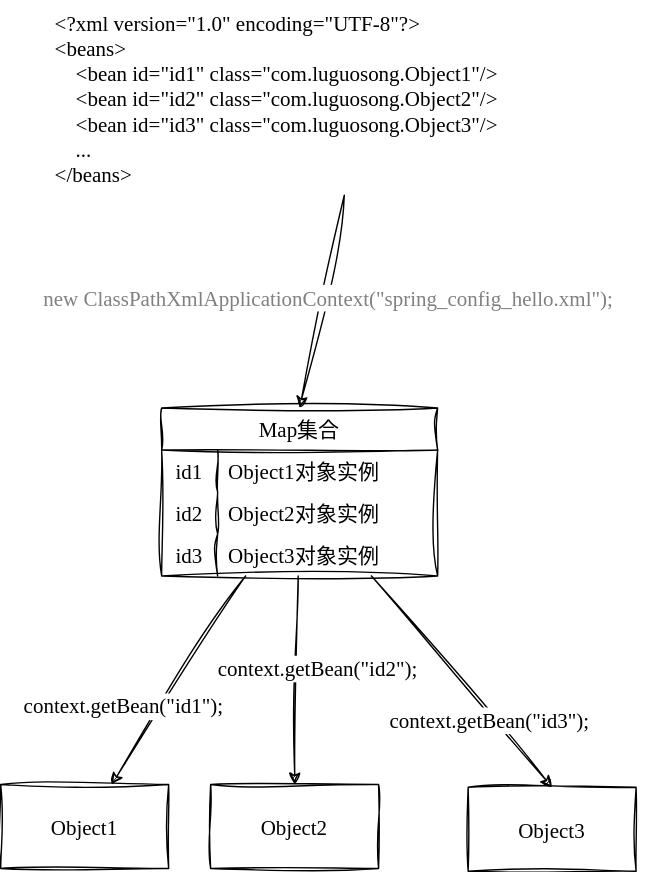
The draw.io diagram diagrams/java_serve/spring/basic/Spring IOC原理.svg in luguosong/images, before a commit. Source tidied: cells renumbered, new cells last; positions are measured from the earlier drawing's top-left corner, leaving out a move shared by most shapes. The source it was exported from:
```xml
<mxGraphModel>
  <root>
    <mxCell id="0" />
    <mxCell id="1" parent="0" />
    <mxCell id="2" style="edgeStyle=none;rounded=0;sketch=1;hachureGap=4;jiggle=2;curveFitting=1;jettySize=auto;exitX=0.5;exitY=1;exitDx=0;exitDy=0;entryX=0.5;entryY=0;entryDx=0;entryDy=0;fontFamily=LXGW WenKai;fontSize=15;" parent="1" edge="1" source="4" target="7">
      <mxGeometry relative="1" as="geometry" />
    </mxCell>
    <mxCell id="3" value="new ClassPathXmlApplicationContext(&quot;spring_config_hello.xml&quot;);" style="edgeLabel;align=center;verticalAlign=middle;sketch=1;hachureGap=4;jiggle=2;curveFitting=1;fontFamily=LXGW WenKai;fontColor=#808080;fontSize=15;" parent="2" vertex="1">
      <mxGeometry x="-0.09" relative="1" as="geometry">
        <mxPoint x="3" y="3" as="offset" />
      </mxGeometry>
    </mxCell>
    <mxCell id="4" value="&lt;?xml version=&quot;1.0&quot; encoding=&quot;UTF-8&quot;?&gt;&#10;&lt;beans&gt;&#10;    &lt;bean id=&quot;id1&quot; class=&quot;com.luguosong.Object1&quot;/&gt;&#10;&#9;    &lt;bean id=&quot;id2&quot; class=&quot;com.luguosong.Object2&quot;/&gt;&#10;&#9;    &lt;bean id=&quot;id3&quot; class=&quot;com.luguosong.Object3&quot;/&gt;&#10;&#9;    ...&#10;&lt;/beans&gt;" style="text;align=left;verticalAlign=middle;rounded=0;fontFamily=LXGW WenKai;fontSize=15;" parent="1" vertex="1">
      <mxGeometry x="37" width="417" height="139" as="geometry" />
    </mxCell>
    <mxCell id="5" style="edgeStyle=none;rounded=0;sketch=1;hachureGap=4;jiggle=2;curveFitting=1;jettySize=auto;fontFamily=LXGW WenKai;fontSize=15;" parent="1" edge="1" source="7" target="17">
      <mxGeometry relative="1" as="geometry" />
    </mxCell>
    <mxCell id="6" value="context.getBean(&quot;id1&quot;);" style="edgeLabel;align=center;verticalAlign=middle;sketch=1;hachureGap=4;jiggle=2;curveFitting=1;fontFamily=LXGW WenKai;fontSize=15;" parent="5" vertex="1">
      <mxGeometry x="-0.08" y="-6" relative="1" as="geometry">
        <mxPoint x="-38" y="26" as="offset" />
      </mxGeometry>
    </mxCell>
    <mxCell id="7" value="Map集合" style="shape=table;startSize=30;rowLines=0;fontStyle=0;strokeColor=default;fontSize=15;sketch=1;hachureGap=4;jiggle=2;curveFitting=1;fontFamily=LXGW WenKai;" parent="1" vertex="1">
      <mxGeometry x="115" y="291" width="197.2" height="120" as="geometry" />
    </mxCell>
    <mxCell id="8" style="shape=tableRow;horizontal=0;startSize=0;swimlaneHead=0;swimlaneBody=0;top=0;left=0;bottom=0;right=0;fillColor=none;strokeColor=inherit;fontSize=15;sketch=1;hachureGap=4;jiggle=2;curveFitting=1;fontFamily=LXGW WenKai;" parent="7" vertex="1">
      <mxGeometry y="30" width="197.2" height="30" as="geometry" />
    </mxCell>
    <mxCell id="9" value="id1" style="shape=partialRectangle;fillColor=none;top=0;left=0;bottom=0;right=0;overflow=hidden;strokeColor=inherit;fontSize=15;sketch=1;hachureGap=4;jiggle=2;curveFitting=1;fontFamily=LXGW WenKai;" parent="8" vertex="1">
      <mxGeometry width="40" height="30" as="geometry" />
    </mxCell>
    <mxCell id="10" value="Object1对象实例" style="shape=partialRectangle;fillColor=none;top=0;left=0;bottom=0;right=0;align=left;spacingLeft=6;overflow=hidden;strokeColor=inherit;fontSize=15;sketch=1;hachureGap=4;jiggle=2;curveFitting=1;fontFamily=LXGW WenKai;" parent="8" vertex="1">
      <mxGeometry x="40" width="157" height="30" as="geometry" />
    </mxCell>
    <mxCell id="11" style="shape=tableRow;horizontal=0;startSize=0;swimlaneHead=0;swimlaneBody=0;top=0;left=0;bottom=0;right=0;fillColor=none;strokeColor=inherit;fontSize=15;sketch=1;hachureGap=4;jiggle=2;curveFitting=1;fontFamily=LXGW WenKai;" parent="7" vertex="1">
      <mxGeometry y="60" width="197.2" height="30" as="geometry" />
    </mxCell>
    <mxCell id="12" value="id2" style="shape=partialRectangle;fillColor=none;top=0;left=0;bottom=0;right=0;overflow=hidden;strokeColor=inherit;fontSize=15;sketch=1;hachureGap=4;jiggle=2;curveFitting=1;fontFamily=LXGW WenKai;" parent="11" vertex="1">
      <mxGeometry width="40" height="30" as="geometry" />
    </mxCell>
    <mxCell id="13" value="Object2对象实例" style="shape=partialRectangle;fillColor=none;top=0;left=0;bottom=0;right=0;align=left;spacingLeft=6;overflow=hidden;strokeColor=inherit;fontSize=15;sketch=1;hachureGap=4;jiggle=2;curveFitting=1;fontFamily=LXGW WenKai;" parent="11" vertex="1">
      <mxGeometry x="40" width="157" height="30" as="geometry" />
    </mxCell>
    <mxCell id="14" style="shape=tableRow;horizontal=0;startSize=0;swimlaneHead=0;swimlaneBody=0;top=0;left=0;bottom=0;right=0;fillColor=none;strokeColor=inherit;fontSize=15;sketch=1;hachureGap=4;jiggle=2;curveFitting=1;fontFamily=LXGW WenKai;" parent="7" vertex="1">
      <mxGeometry y="90" width="197.2" height="30" as="geometry" />
    </mxCell>
    <mxCell id="15" value="id3" style="shape=partialRectangle;fillColor=none;top=0;left=0;bottom=0;right=0;overflow=hidden;strokeColor=inherit;fontSize=15;sketch=1;hachureGap=4;jiggle=2;curveFitting=1;fontFamily=LXGW WenKai;" parent="14" vertex="1">
      <mxGeometry width="40" height="30" as="geometry" />
    </mxCell>
    <mxCell id="16" value="Object3对象实例" style="shape=partialRectangle;fillColor=none;top=0;left=0;bottom=0;right=0;align=left;spacingLeft=6;overflow=hidden;strokeColor=inherit;fontSize=15;sketch=1;hachureGap=4;jiggle=2;curveFitting=1;fontFamily=LXGW WenKai;" parent="14" vertex="1">
      <mxGeometry x="40" width="157" height="30" as="geometry" />
    </mxCell>
    <mxCell id="17" value="Object1" style="rounded=0;sketch=1;hachureGap=4;jiggle=2;curveFitting=1;fontFamily=LXGW WenKai;fontSize=15;" parent="1" vertex="1">
      <mxGeometry y="560" width="120" height="60" as="geometry" />
    </mxCell>
    <mxCell id="18" value="Object2" style="rounded=0;sketch=1;hachureGap=4;jiggle=2;curveFitting=1;fontFamily=LXGW WenKai;fontSize=15;" parent="1" vertex="1">
      <mxGeometry x="150" y="560" width="120" height="60" as="geometry" />
    </mxCell>
    <mxCell id="19" style="edgeStyle=none;rounded=0;sketch=1;hachureGap=4;jiggle=2;curveFitting=1;jettySize=auto;fontFamily=LXGW WenKai;fontSize=15;entryX=0.5;entryY=0;entryDx=0;entryDy=0;" parent="1" edge="1" source="7" target="18">
      <mxGeometry relative="1" as="geometry" />
    </mxCell>
    <mxCell id="20" value="context.getBean(&quot;id2&quot;);" style="edgeLabel;align=center;verticalAlign=middle;sketch=1;hachureGap=4;jiggle=2;curveFitting=1;fontFamily=LXGW WenKai;fontSize=15;" parent="19" vertex="1">
      <mxGeometry x="-0.08" y="-6" relative="1" as="geometry">
        <mxPoint x="21" y="-4" as="offset" />
      </mxGeometry>
    </mxCell>
    <mxCell id="21" value="Object3" style="rounded=0;sketch=1;hachureGap=4;jiggle=2;curveFitting=1;fontFamily=LXGW WenKai;fontSize=15;" parent="1" vertex="1">
      <mxGeometry x="334" y="562" width="120" height="60" as="geometry" />
    </mxCell>
    <mxCell id="22" style="edgeStyle=none;rounded=0;sketch=1;hachureGap=4;jiggle=2;curveFitting=1;jettySize=auto;fontFamily=LXGW WenKai;fontSize=15;entryX=0.5;entryY=0;entryDx=0;entryDy=0;" parent="1" edge="1" source="7" target="21">
      <mxGeometry relative="1" as="geometry" />
    </mxCell>
    <mxCell id="23" value="context.getBean(&quot;id3&quot;);" style="edgeLabel;align=center;verticalAlign=middle;sketch=1;hachureGap=4;jiggle=2;curveFitting=1;fontFamily=LXGW WenKai;fontSize=15;" parent="22" vertex="1">
      <mxGeometry x="-0.08" y="-6" relative="1" as="geometry">
        <mxPoint x="29" y="28" as="offset" />
      </mxGeometry>
    </mxCell>
  </root>
</mxGraphModel>
```
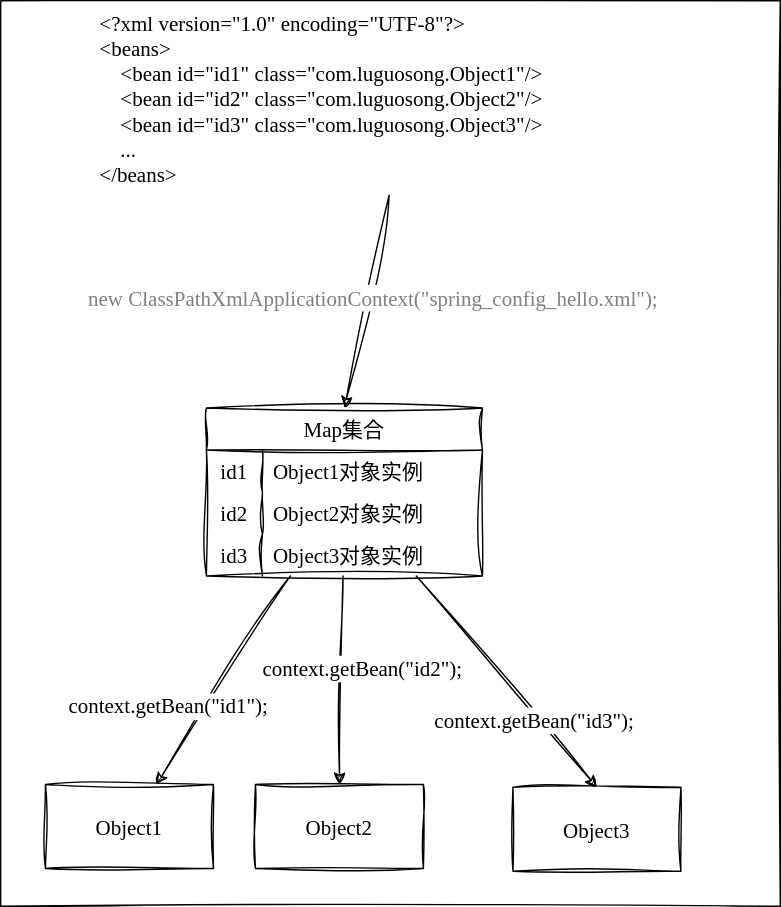
The same diagram one commit later.

The edit, as a diff of the source:
```diff
@@ -2,6 +2,9 @@
   <root>
     <mxCell id="0" />
     <mxCell id="1" parent="0" />
+    <mxCell id="24" style="rounded=0;sketch=1;hachureGap=4;jiggle=2;curveFitting=1;fontFamily=Architects Daughter;fontSource=https%3A%2F%2Ffonts.googleapis.com%2Fcss%3Ffamily%3DArchitects%2BDaughter;" parent="1" vertex="1">
+      <mxGeometry x="-32" width="557" height="647" as="geometry" />
+    </mxCell>
     <mxCell id="2" style="edgeStyle=none;rounded=0;sketch=1;hachureGap=4;jiggle=2;curveFitting=1;jettySize=auto;exitX=0.5;exitY=1;exitDx=0;exitDy=0;entryX=0.5;entryY=0;entryDx=0;entryDy=0;fontFamily=LXGW WenKai;fontSize=15;" parent="1" edge="1" source="4" target="7">
       <mxGeometry relative="1" as="geometry" />
     </mxCell>
```
